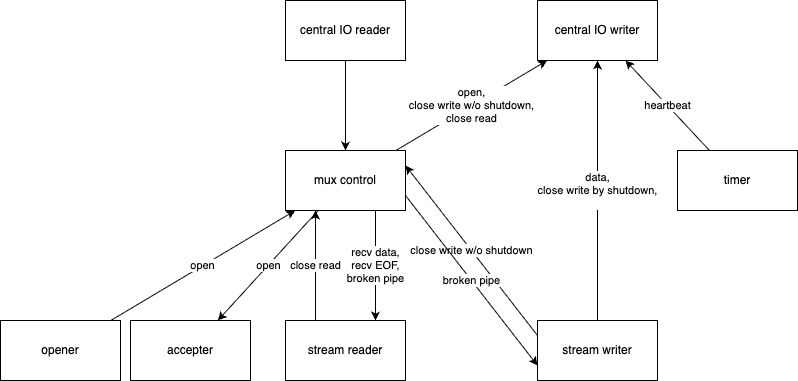
Above: docs/arch.drawio.png in Banyc/mux (draw.io), before the change. Source tidied: cells renumbered, new cells last; positions are measured from the earlier drawing's top-left corner, leaving out a move shared by most shapes.
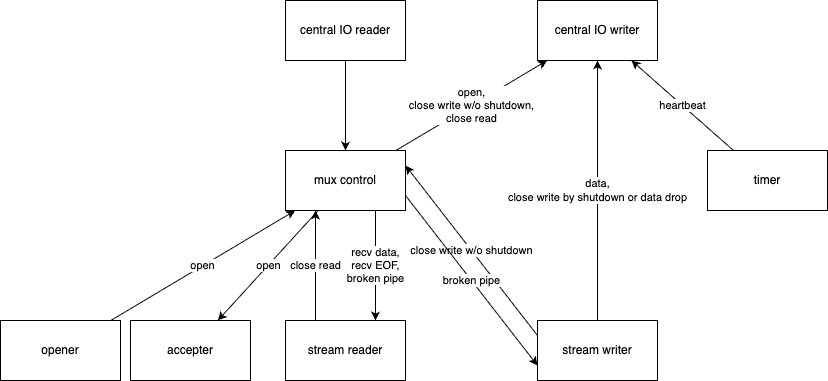
Above is the later version.

Commit message:
stream writer: avoid sending dupe "write close"

Diff of the diagram source:
```diff
@@ -17,7 +17,7 @@
     <mxCell id="6" value="stream reader" style="rounded=0;whiteSpace=wrap;html=1;" parent="1" vertex="1">
       <mxGeometry x="285" y="320" width="120" height="60" as="geometry" />
     </mxCell>
-    <mxCell id="7" value="data,&lt;br&gt;close write by shutdown,&lt;br&gt;&lt;div&gt;&lt;span style=&quot;background-color: light-dark(#ffffff, var(--ge-dark-color, #121212));&quot;&gt;&lt;font style=&quot;color: light-dark(rgb(255, 255, 255), rgb(255, 255, 255));&quot;&gt;close write by data drop&lt;/font&gt;&lt;/span&gt;&lt;/div&gt;" style="edgeStyle=none;html=1;" parent="1" edge="1" source="9" target="4">
+    <mxCell id="7" value="data,&lt;br&gt;&lt;font style=&quot;background-color: light-dark(#ffffff, var(--ge-dark-color, #121212)); color: light-dark(rgb(0, 0, 0), rgb(255, 255, 255));&quot;&gt;close write by shutdown or&amp;nbsp;data drop&lt;/font&gt;" style="edgeStyle=none;html=1;" parent="1" edge="1" source="9" target="4">
       <mxGeometry relative="1" as="geometry" />
     </mxCell>
     <mxCell id="8" value="close write w/o shutdown" style="edgeStyle=none;html=1;entryX=1;entryY=0.25;entryDx=0;entryDy=0;exitX=0;exitY=0.25;exitDx=0;exitDy=0;" parent="1" edge="1" source="9" target="14">
@@ -45,7 +45,7 @@
       <mxGeometry relative="1" as="geometry" />
     </mxCell>
     <mxCell id="16" value="timer" style="rounded=0;whiteSpace=wrap;html=1;" parent="1" vertex="1">
-      <mxGeometry x="677" y="150" width="120" height="60" as="geometry" />
+      <mxGeometry x="707" y="150" width="120" height="60" as="geometry" />
     </mxCell>
     <mxCell id="17" value="accepter" style="rounded=0;whiteSpace=wrap;html=1;" parent="1" vertex="1">
       <mxGeometry x="130" y="320" width="120" height="60" as="geometry" />
```
